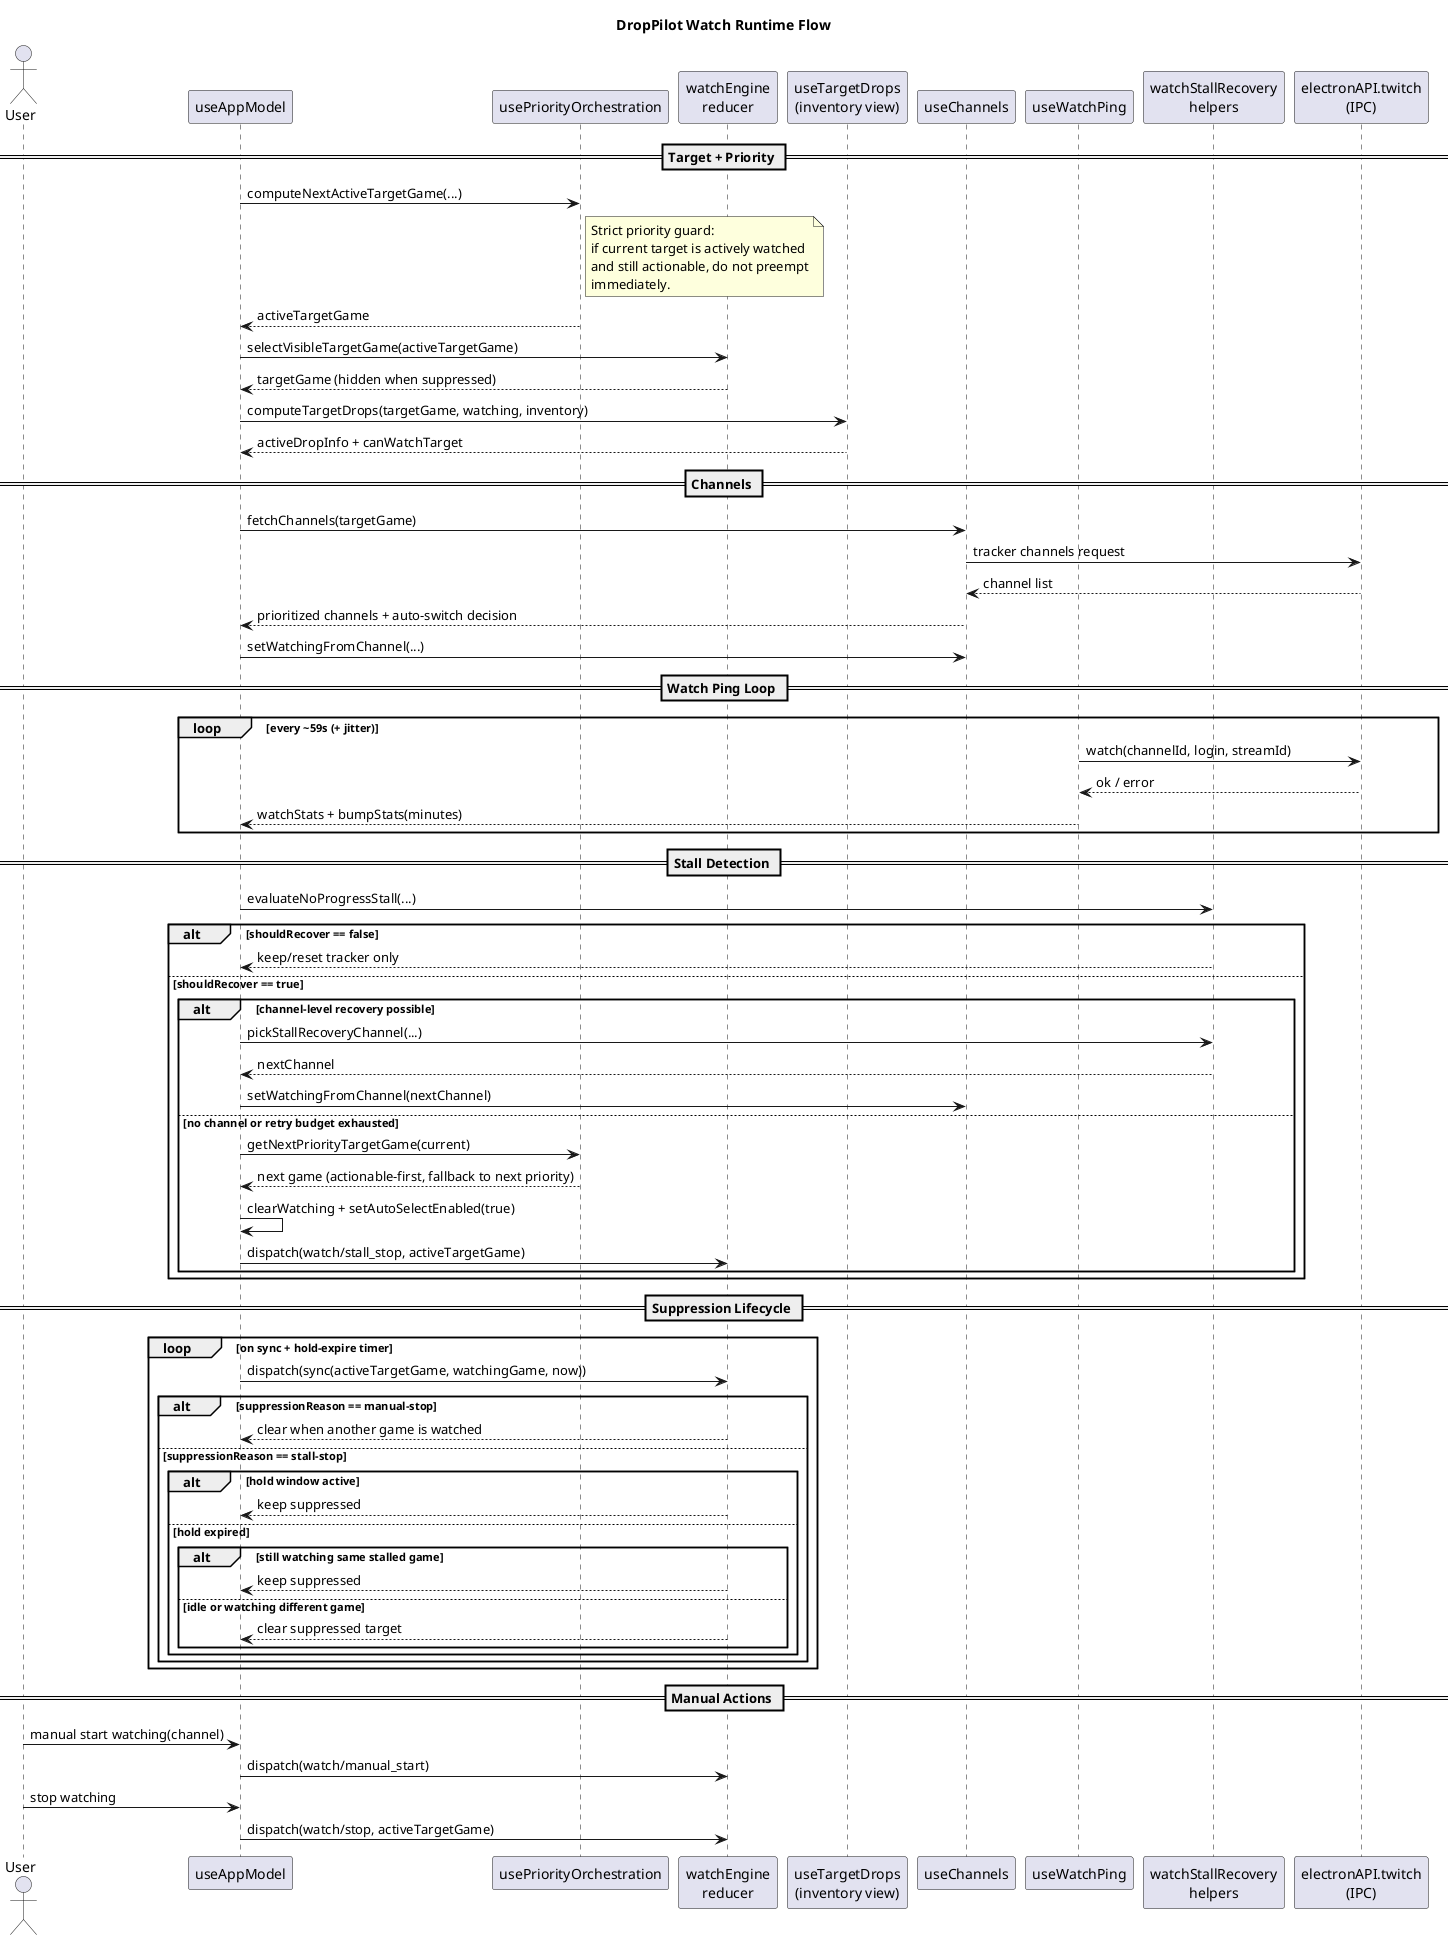
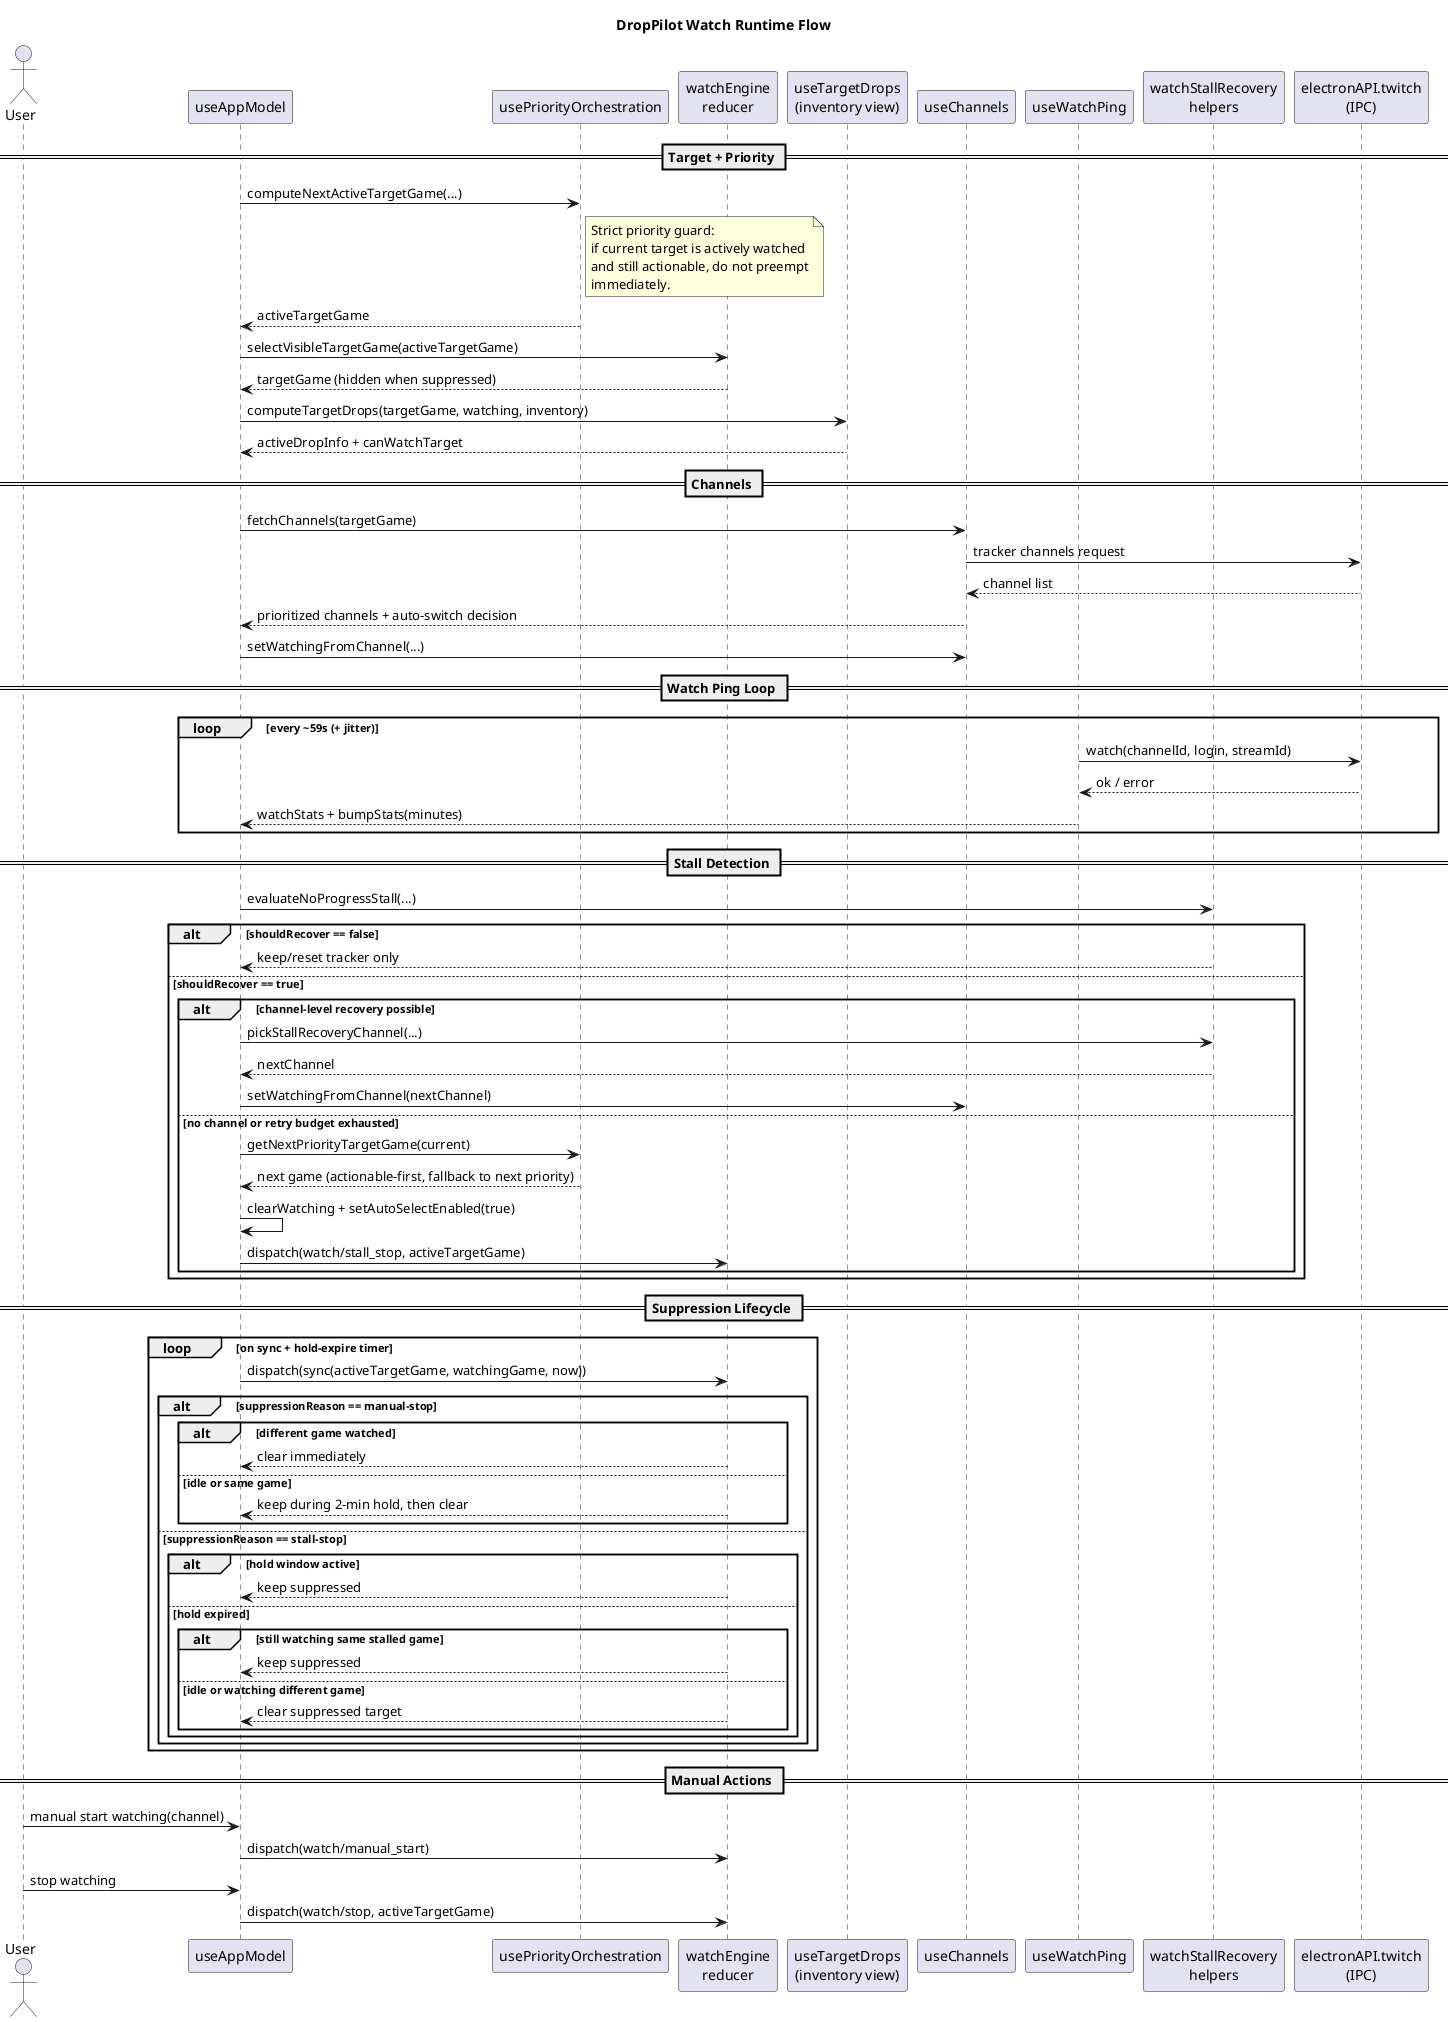
@startuml
title DropPilot Watch Runtime Flow

actor User
participant "useAppModel" as App
participant "usePriorityOrchestration" as Prio
participant "watchEngine\nreducer" as Engine
participant "useTargetDrops\n(inventory view)" as Drops
participant "useChannels" as Channels
participant "useWatchPing" as Ping
participant "watchStallRecovery\nhelpers" as Stall
participant "electronAPI.twitch\n(IPC)" as Twitch

== Target + Priority ==
App -> Prio: computeNextActiveTargetGame(...)
note right of Prio
Strict priority guard:
if current target is actively watched
and still actionable, do not preempt
immediately.
end note
Prio --> App: activeTargetGame
App -> Engine: selectVisibleTargetGame(activeTargetGame)
Engine --> App: targetGame (hidden when suppressed)
App -> Drops: computeTargetDrops(targetGame, watching, inventory)
Drops --> App: activeDropInfo + canWatchTarget

== Channels ==
App -> Channels: fetchChannels(targetGame)
Channels -> Twitch: tracker channels request
Twitch --> Channels: channel list
Channels --> App: prioritized channels + auto-switch decision
App -> Channels: setWatchingFromChannel(...)

== Watch Ping Loop ==
loop every ~59s (+ jitter)
  Ping -> Twitch: watch(channelId, login, streamId)
  Twitch --> Ping: ok / error
  Ping --> App: watchStats + bumpStats(minutes)
end

== Stall Detection ==
App -> Stall: evaluateNoProgressStall(...)
alt shouldRecover == false
  Stall --> App: keep/reset tracker only
else shouldRecover == true
  alt channel-level recovery possible
    App -> Stall: pickStallRecoveryChannel(...)
    Stall --> App: nextChannel
    App -> Channels: setWatchingFromChannel(nextChannel)
  else no channel or retry budget exhausted
    App -> Prio: getNextPriorityTargetGame(current)
    Prio --> App: next game (actionable-first, fallback to next priority)
    App -> App: clearWatching + setAutoSelectEnabled(true)
    App -> Engine: dispatch(watch/stall_stop, activeTargetGame)
  end
end

== Suppression Lifecycle ==
loop on sync + hold-expire timer
  App -> Engine: dispatch(sync(activeTargetGame, watchingGame, now))
  alt suppressionReason == manual-stop
-     Engine --> App: clear when another game is watched
+     alt different game watched
+       Engine --> App: clear immediately
+     else idle or same game
+       Engine --> App: keep during 2-min hold, then clear
+     end
  else suppressionReason == stall-stop
    alt hold window active
      Engine --> App: keep suppressed
    else hold expired
      alt still watching same stalled game
        Engine --> App: keep suppressed
      else idle or watching different game
        Engine --> App: clear suppressed target
      end
    end
  end
end

== Manual Actions ==
User -> App: manual start watching(channel)
App -> Engine: dispatch(watch/manual_start)
User -> App: stop watching
App -> Engine: dispatch(watch/stop, activeTargetGame)

@enduml
